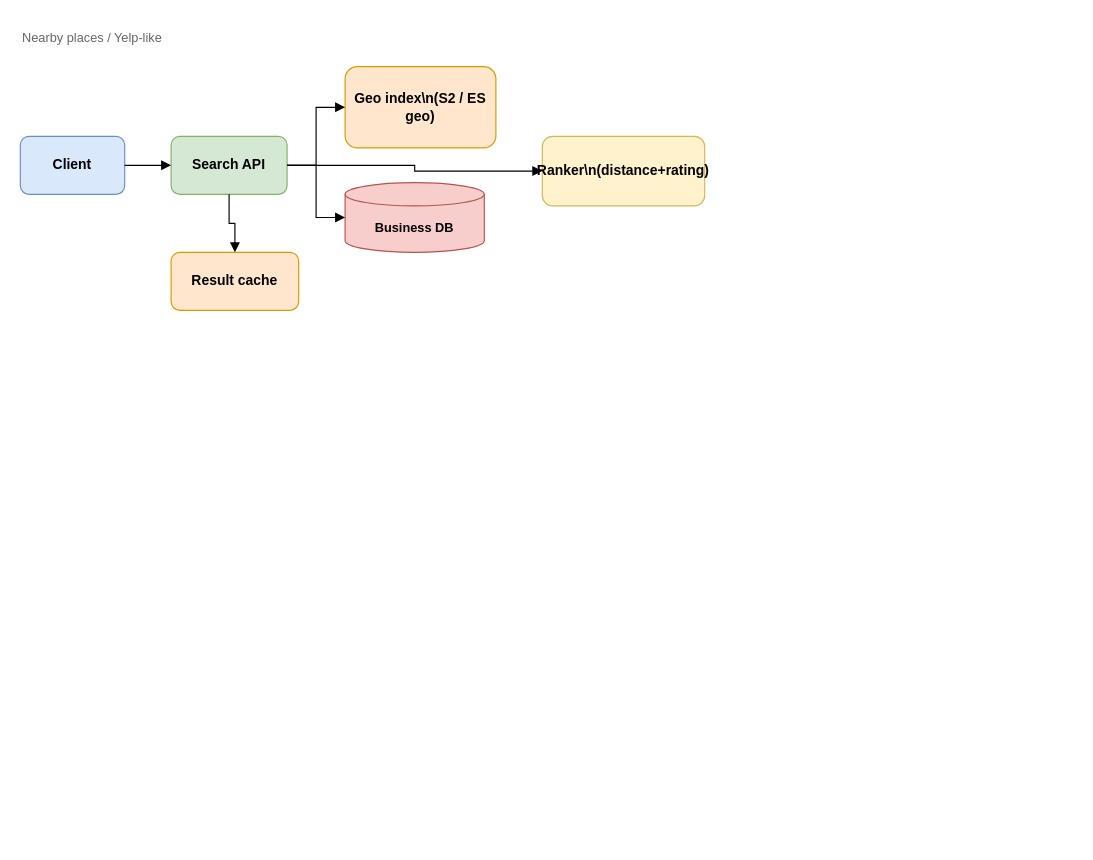
yazeedsawalha/system-design keeps this draw.io diagram as diagrams/nearby-places.drawio. Above is the earlier version. Source tidied: cells renumbered, new cells numbered last; positions are measured from the earlier drawing's top-left corner, leaving out a move shared by most shapes. Both pictures are drawn from the tidied source at 116%, with x=0, y=0 at pixel (20, 20).
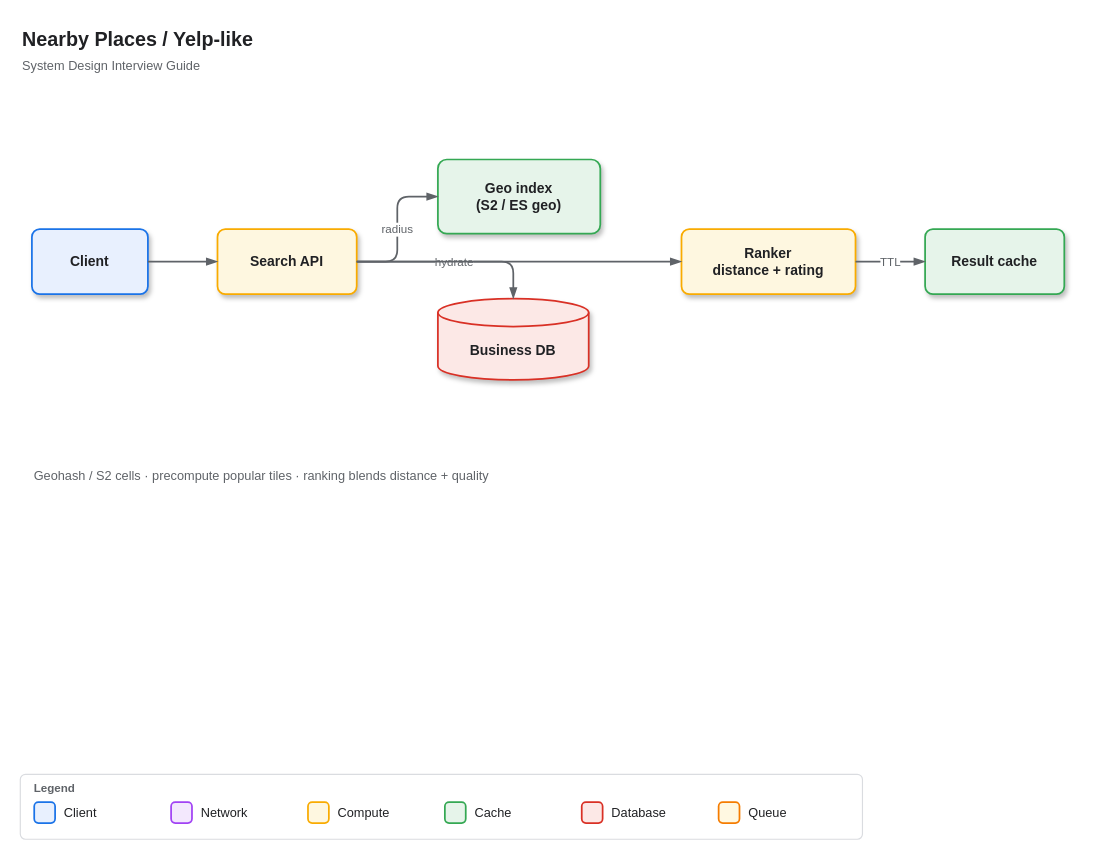
After the change.

What changed in the source:
```diff
@@
-<mxGraphModel>
+<mxGraphModel background="#ffffff">
@@
-    <mxCell id="2" value="Nearby places / Yelp-like" style="text;html=1;strokeColor=none;fillColor=none;align=left;verticalAlign=middle;whiteSpace=wrap;rounded=0;fontSize=11;fontColor=#666666;" parent="1" vertex="1">
-      <mxGeometry width="260" height="30" as="geometry" />
-    </mxCell>
-    <mxCell id="3" value="Client" style="rounded=1;whiteSpace=wrap;html=1;fillColor=#dae8fc;strokeColor=#6c8ebf;fontStyle=1;fontSize=12;" parent="1" vertex="1">
-      <mxGeometry y="100" width="90" height="50" as="geometry" />
-    </mxCell>
+    <mxCell id="14" value="Nearby Places / Yelp-like" style="text;html=1;strokeColor=none;fillColor=none;align=left;verticalAlign=middle;whiteSpace=wrap;rounded=0;fontSize=17;fontStyle=1;fontFamily=Helvetica;fontColor=#202124;" parent="1" vertex="1">
+      <mxGeometry y="4" width="700" height="28" as="geometry" />
+    </mxCell>
+    <mxCell id="15" value="System Design Interview Guide" style="text;html=1;strokeColor=none;fillColor=none;align=left;verticalAlign=middle;whiteSpace=wrap;rounded=0;fontSize=11;fontFamily=Helvetica;fontColor=#5F6368;" parent="1" vertex="1">
+      <mxGeometry y="30" width="280" height="18" as="geometry" />
+    </mxCell>
+    <mxCell id="16" value="Client" style="rounded=1;whiteSpace=wrap;html=1;arcSize=12;fillColor=#E8F0FE;strokeColor=#1A73E8;strokeWidth=1.5;fontStyle=1;fontSize=12;fontFamily=Helvetica;fontColor=#202124;shadow=1;" parent="1" vertex="1">
+      <mxGeometry x="10" y="180" width="100" height="56" as="geometry" />
+    </mxCell>
-    <mxCell id="4" value="Search API" style="rounded=1;whiteSpace=wrap;html=1;fillColor=#d5e8d4;strokeColor=#82b366;fontStyle=1;fontSize=12;" parent="1" vertex="1">
-      <mxGeometry x="130" y="100" width="100" height="50" as="geometry" />
+    <mxCell id="4" value="Search API" style="rounded=1;whiteSpace=wrap;html=1;arcSize=12;fillColor=#FEF7E0;strokeColor=#F9AB00;strokeWidth=1.5;fontStyle=1;fontSize=12;fontFamily=Helvetica;fontColor=#202124;shadow=1;" parent="1" vertex="1">
+      <mxGeometry x="170" y="180" width="120" height="56" as="geometry" />
     </mxCell>
-    <mxCell id="5" value="Geo index\n(S2 / ES geo)" style="rounded=1;whiteSpace=wrap;html=1;fillColor=#ffe6cc;strokeColor=#d79b00;fontStyle=1;fontSize=12;" parent="1" vertex="1">
-      <mxGeometry x="280" y="40" width="130" height="70" as="geometry" />
-    </mxCell>
+    <mxCell id="17" value="Geo index&#10;(S2 / ES geo)" style="rounded=1;whiteSpace=wrap;html=1;arcSize=12;fillColor=#E6F4EA;strokeColor=#34A853;strokeWidth=1.5;fontStyle=1;fontSize=12;fontFamily=Helvetica;fontColor=#202124;shadow=1;" parent="1" vertex="1">
+      <mxGeometry x="360" y="120" width="140" height="64" as="geometry" />
+    </mxCell>
-    <mxCell id="6" value="Business DB" style="shape=cylinder3;whiteSpace=wrap;html=1;boundedLbl=1;backgroundOutline=1;size=10;fillColor=#f8cecc;strokeColor=#b85450;fontStyle=1;fontSize=11;" parent="1" vertex="1">
-      <mxGeometry x="280" y="140" width="120" height="60" as="geometry" />
+    <mxCell id="6" value="Business DB" style="shape=cylinder3;whiteSpace=wrap;html=1;boundedLbl=1;backgroundOutline=1;size=12;fillColor=#FCE8E6;strokeColor=#D93025;strokeWidth=1.5;fontStyle=1;fontSize=12;fontFamily=Helvetica;fontColor=#202124;shadow=1;" parent="1" vertex="1">
+      <mxGeometry x="360" y="240" width="130" height="70" as="geometry" />
     </mxCell>
-    <mxCell id="7" value="Ranker\n(distance+rating)" style="rounded=1;whiteSpace=wrap;html=1;fillColor=#fff2cc;strokeColor=#d6b656;fontStyle=1;fontSize=12;" parent="1" vertex="1">
-      <mxGeometry x="450" y="100" width="140" height="60" as="geometry" />
-    </mxCell>
+    <mxCell id="18" value="Ranker&#10;distance + rating" style="rounded=1;whiteSpace=wrap;html=1;arcSize=12;fillColor=#FEF7E0;strokeColor=#F9AB00;strokeWidth=1.5;fontStyle=1;fontSize=12;fontFamily=Helvetica;fontColor=#202124;shadow=1;" parent="1" vertex="1">
+      <mxGeometry x="570" y="180" width="150" height="56" as="geometry" />
+    </mxCell>
-    <mxCell id="8" value="Result cache" style="rounded=1;whiteSpace=wrap;html=1;fillColor=#ffe6cc;strokeColor=#d79b00;fontStyle=1;fontSize=12;" parent="1" vertex="1">
-      <mxGeometry x="130" y="200" width="110" height="50" as="geometry" />
+    <mxCell id="8" value="Result cache" style="rounded=1;whiteSpace=wrap;html=1;arcSize=12;fillColor=#E6F4EA;strokeColor=#34A853;strokeWidth=1.5;fontStyle=1;fontSize=12;fontFamily=Helvetica;fontColor=#202124;shadow=1;" parent="1" vertex="1">
+      <mxGeometry x="780" y="180" width="120" height="56" as="geometry" />
     </mxCell>
-    <mxCell id="9" style="edgeStyle=orthogonalEdgeStyle;rounded=0;jettySize=auto;html=1;endArrow=block;endFill=1;" parent="1" edge="1" source="3" target="4">
-      <mxGeometry relative="1" as="geometry" />
-    </mxCell>
-    <mxCell id="10" style="edgeStyle=orthogonalEdgeStyle;rounded=0;jettySize=auto;html=1;endArrow=block;endFill=1;" parent="1" edge="1" source="4" target="5">
-      <mxGeometry relative="1" as="geometry" />
-    </mxCell>
+    <mxCell id="19" style="edgeStyle=orthogonalEdgeStyle;rounded=1;jettySize=auto;html=1;endArrow=blockThin;endFill=1;strokeWidth=1.5;strokeColor=#5F6368;fontFamily=Helvetica;fontSize=10;fontColor=#5F6368;" parent="1" edge="1" source="16" target="4">
+      <mxGeometry relative="1" as="geometry" />
+    </mxCell>
+    <mxCell id="20" value="radius" style="edgeStyle=orthogonalEdgeStyle;rounded=1;jettySize=auto;html=1;endArrow=blockThin;endFill=1;strokeWidth=1.5;strokeColor=#5F6368;fontFamily=Helvetica;fontSize=10;fontColor=#5F6368;" parent="1" edge="1" source="4" target="17">
+      <mxGeometry relative="1" as="geometry" />
+    </mxCell>
-    <mxCell id="11" style="edgeStyle=orthogonalEdgeStyle;rounded=0;jettySize=auto;html=1;endArrow=block;endFill=1;" parent="1" edge="1" source="4" target="6">
+    <mxCell id="11" value="hydrate" style="edgeStyle=orthogonalEdgeStyle;rounded=1;jettySize=auto;html=1;endArrow=blockThin;endFill=1;strokeWidth=1.5;strokeColor=#5F6368;fontFamily=Helvetica;fontSize=10;fontColor=#5F6368;" parent="1" edge="1" source="4" target="6">
       <mxGeometry relative="1" as="geometry" />
     </mxCell>
-    <mxCell id="12" style="edgeStyle=orthogonalEdgeStyle;rounded=0;jettySize=auto;html=1;endArrow=block;endFill=1;" parent="1" edge="1" source="4" target="7">
-      <mxGeometry relative="1" as="geometry" />
-    </mxCell>
-    <mxCell id="13" style="edgeStyle=orthogonalEdgeStyle;rounded=0;jettySize=auto;html=1;endArrow=block;endFill=1;" parent="1" edge="1" source="4" target="8">
-      <mxGeometry relative="1" as="geometry" />
-    </mxCell>
+    <mxCell id="21" style="edgeStyle=orthogonalEdgeStyle;rounded=1;jettySize=auto;html=1;endArrow=blockThin;endFill=1;strokeWidth=1.5;strokeColor=#5F6368;fontFamily=Helvetica;fontSize=10;fontColor=#5F6368;" parent="1" edge="1" source="4" target="18">
+      <mxGeometry relative="1" as="geometry" />
+    </mxCell>
+    <mxCell id="22" value="TTL" style="edgeStyle=orthogonalEdgeStyle;rounded=1;jettySize=auto;html=1;endArrow=blockThin;endFill=1;strokeWidth=1.5;strokeColor=#5F6368;fontFamily=Helvetica;fontSize=10;fontColor=#5F6368;" parent="1" edge="1" source="18" target="8">
+      <mxGeometry relative="1" as="geometry" />
+    </mxCell>
+    <mxCell id="23" value="Geohash / S2 cells · precompute popular tiles · ranking blends distance + quality" style="text;html=1;strokeColor=none;fillColor=none;align=left;verticalAlign=top;whiteSpace=wrap;rounded=0;fontSize=11;fontFamily=Helvetica;fontColor=#5F6368;" parent="1" vertex="1">
+      <mxGeometry x="10" y="380" width="560" height="40" as="geometry" />
+    </mxCell>
+    <mxCell id="24" style="rounded=1;whiteSpace=wrap;html=1;arcSize=8;fillColor=#FFFFFF;strokeColor=#DADCE0;strokeWidth=1;shadow=0;" parent="1" vertex="1">
+      <mxGeometry y="650" width="726" height="56" as="geometry" />
+    </mxCell>
+    <mxCell id="25" value="Legend" style="text;html=1;strokeColor=none;fillColor=none;align=left;verticalAlign=middle;fontSize=10;fontStyle=1;fontFamily=Helvetica;fontColor=#5F6368;" parent="1" vertex="1">
+      <mxGeometry x="10" y="654" width="60" height="16" as="geometry" />
+    </mxCell>
+    <mxCell id="26" style="rounded=1;whiteSpace=wrap;html=1;arcSize=20;fillColor=#E8F0FE;strokeColor=#1A73E8;strokeWidth=1.5;" parent="1" vertex="1">
+      <mxGeometry x="12" y="674" width="18" height="18" as="geometry" />
+    </mxCell>
+    <mxCell id="27" value="Client" style="text;html=1;strokeColor=none;fillColor=none;align=left;verticalAlign=middle;fontSize=11;fontFamily=Helvetica;fontColor=#202124;" parent="1" vertex="1">
+      <mxGeometry x="36" y="672" width="90" height="22" as="geometry" />
+    </mxCell>
+    <mxCell id="28" style="rounded=1;whiteSpace=wrap;html=1;arcSize=20;fillColor=#F3E8FD;strokeColor=#A142F4;strokeWidth=1.5;" parent="1" vertex="1">
+      <mxGeometry x="130" y="674" width="18" height="18" as="geometry" />
+    </mxCell>
+    <mxCell id="29" value="Network" style="text;html=1;strokeColor=none;fillColor=none;align=left;verticalAlign=middle;fontSize=11;fontFamily=Helvetica;fontColor=#202124;" parent="1" vertex="1">
+      <mxGeometry x="154" y="672" width="90" height="22" as="geometry" />
+    </mxCell>
+    <mxCell id="30" style="rounded=1;whiteSpace=wrap;html=1;arcSize=20;fillColor=#FEF7E0;strokeColor=#F9AB00;strokeWidth=1.5;" parent="1" vertex="1">
+      <mxGeometry x="248" y="674" width="18" height="18" as="geometry" />
+    </mxCell>
+    <mxCell id="31" value="Compute" style="text;html=1;strokeColor=none;fillColor=none;align=left;verticalAlign=middle;fontSize=11;fontFamily=Helvetica;fontColor=#202124;" parent="1" vertex="1">
+      <mxGeometry x="272" y="672" width="90" height="22" as="geometry" />
+    </mxCell>
+    <mxCell id="32" style="rounded=1;whiteSpace=wrap;html=1;arcSize=20;fillColor=#E6F4EA;strokeColor=#34A853;strokeWidth=1.5;" parent="1" vertex="1">
+      <mxGeometry x="366" y="674" width="18" height="18" as="geometry" />
+    </mxCell>
+    <mxCell id="33" value="Cache" style="text;html=1;strokeColor=none;fillColor=none;align=left;verticalAlign=middle;fontSize=11;fontFamily=Helvetica;fontColor=#202124;" parent="1" vertex="1">
+      <mxGeometry x="390" y="672" width="90" height="22" as="geometry" />
+    </mxCell>
+    <mxCell id="34" style="rounded=1;whiteSpace=wrap;html=1;arcSize=20;fillColor=#FCE8E6;strokeColor=#D93025;strokeWidth=1.5;" parent="1" vertex="1">
+      <mxGeometry x="484" y="674" width="18" height="18" as="geometry" />
+    </mxCell>
+    <mxCell id="35" value="Database" style="text;html=1;strokeColor=none;fillColor=none;align=left;verticalAlign=middle;fontSize=11;fontFamily=Helvetica;fontColor=#202124;" parent="1" vertex="1">
+      <mxGeometry x="508" y="672" width="90" height="22" as="geometry" />
+    </mxCell>
+    <mxCell id="36" style="rounded=1;whiteSpace=wrap;html=1;arcSize=20;fillColor=#FFF8E1;strokeColor=#F57C00;strokeWidth=1.5;" parent="1" vertex="1">
+      <mxGeometry x="602" y="674" width="18" height="18" as="geometry" />
+    </mxCell>
+    <mxCell id="37" value="Queue" style="text;html=1;strokeColor=none;fillColor=none;align=left;verticalAlign=middle;fontSize=11;fontFamily=Helvetica;fontColor=#202124;" parent="1" vertex="1">
+      <mxGeometry x="626" y="672" width="90" height="22" as="geometry" />
+    </mxCell>
```
